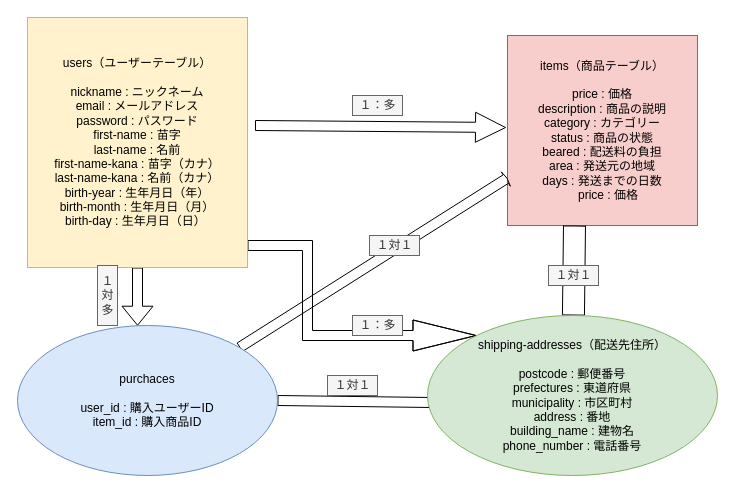
Toshi0619/furima-29092 keeps this draw.io diagram as erfigure.drawio. Above is the earlier version. Source tidied: cells renumbered, new cells numbered last; positions are measured from the earlier drawing's top-left corner, leaving out a move shared by most shapes. Both pictures are drawn from the tidied source at 100%, with x=0, y=0 at pixel (17, 17).
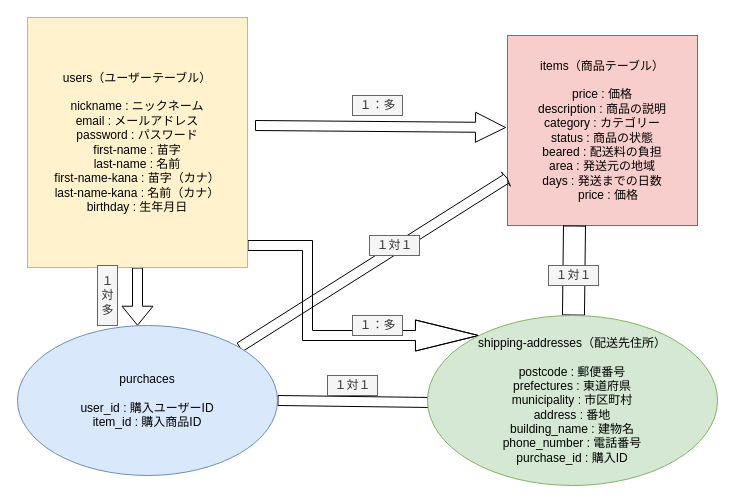
Above is the later version.

Commit message (it also covers changes not shown here):
一部のカラム型をintegerに修正、外部キーの修正

The edit, as a diff of the source:
```diff
@@
-    <mxCell id="5" value="users（ユーザーテーブル）&lt;br&gt;&lt;br&gt;nickname : ニックネーム&lt;br&gt;email : メールアドレス&lt;br&gt;password : パスワード&lt;br&gt;first-name : 苗字&lt;br&gt;last-name : 名前&lt;br&gt;first-name-kana : 苗字（カナ）&lt;br&gt;last-name-kana : 名前（カナ）&lt;br&gt;birth-year : 生年月日（年）&lt;br&gt;birth-month : 生年月日（月）&lt;br&gt;birth-day : 生年月日（日）&amp;nbsp;" style="whiteSpace=wrap;html=1;fillColor=#fff2cc;strokeColor=#d6b656;fontColor=#000000;" parent="1" vertex="1">
+    <mxCell id="5" value="users（ユーザーテーブル）&lt;br&gt;&lt;br&gt;nickname : ニックネーム&lt;br&gt;email : メールアドレス&lt;br&gt;password : パスワード&lt;br&gt;first-name : 苗字&lt;br&gt;last-name : 名前&lt;br&gt;first-name-kana : 苗字（カナ）&lt;br&gt;last-name-kana : 名前（カナ）&lt;br&gt;birthday : 生年月日" style="whiteSpace=wrap;html=1;fillColor=#fff2cc;strokeColor=#d6b656;fontColor=#000000;" parent="1" vertex="1">
       <mxGeometry x="10" width="220" height="250" as="geometry" />
     </mxCell>
@@
-    <mxCell id="11" value="shipping-addresses（配送先住所）&lt;br&gt;&lt;br&gt;postcode : 郵便番号&lt;br&gt;prefectures : 東道府県&lt;br&gt;municipality : 市区町村&lt;br&gt;address : 番地&lt;br&gt;building_name : 建物名&lt;br&gt;phone_number : 電話番号" style="ellipse;whiteSpace=wrap;html=1;fillColor=#d5e8d4;strokeColor=#82b366;fontColor=#000000;" parent="1" vertex="1">
-      <mxGeometry x="410" y="298" width="290" height="160" as="geometry" />
+    <mxCell id="11" value="shipping-addresses（配送先住所）&lt;br&gt;&lt;br&gt;postcode : 郵便番号&lt;br&gt;prefectures : 東道府県&lt;br&gt;municipality : 市区町村&lt;br&gt;address : 番地&lt;br&gt;building_name : 建物名&lt;br&gt;phone_number : 電話番号&lt;br&gt;purchase_id : 購入ID" style="ellipse;whiteSpace=wrap;html=1;fillColor=#d5e8d4;strokeColor=#82b366;fontColor=#000000;" parent="1" vertex="1">
+      <mxGeometry x="410" y="298" width="290" height="170" as="geometry" />
     </mxCell>
```
